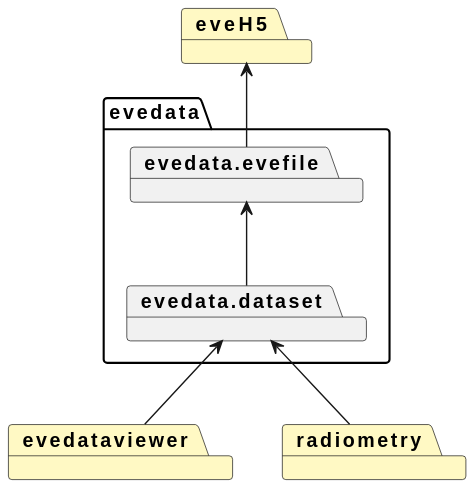
Before: docs/uml/evedata-in-context.svg, a diagram exported from PlantUML (tillbiskup/evedata). Its diagram source:
```plantuml
@startuml

package evedata {

    package evedata.evefile {
    }

    package evedata.dataset {
    }

}

evedata.evefile <-- evedata.dataset

package eveH5 #fff9c4
eveH5 <-- evedata.evefile

package evedataviewer #fff9c4
package radiometry #fff9c4

evedata.dataset <-- evedataviewer
evedata.dataset <-- radiometry
@enduml
```
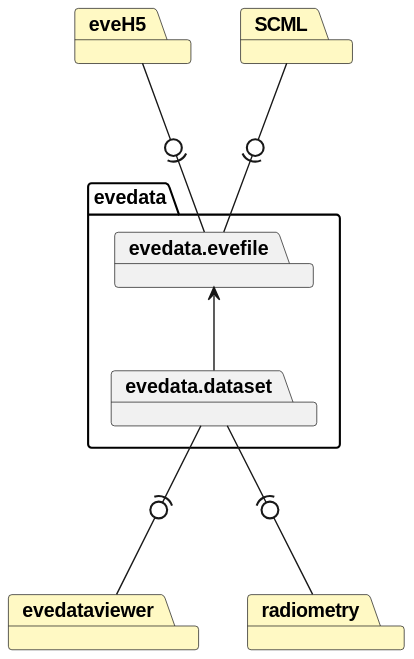
After the commit.

Commit message:
Update evedata context UML and corresponding documentation

Change to the diagram source:
```diff
@@ -8,16 +8,19 @@
     package evedata.dataset {
     }
 
+    evedata.evefile <-- evedata.dataset
+
 }
 
-evedata.evefile <-- evedata.dataset
+package eveH5 #fff9c4
+eveH5 -0)-- evedata.evefile
 
-package eveH5 #fff9c4
-eveH5 <-- evedata.evefile
+package SCML #fff9c4
+SCML -0)-- evedata.evefile
 
 package evedataviewer #fff9c4
+evedata.dataset --(0- evedataviewer
+
 package radiometry #fff9c4
-
-evedata.dataset <-- evedataviewer
-evedata.dataset <-- radiometry
+evedata.dataset --(0- radiometry
 @enduml
```
